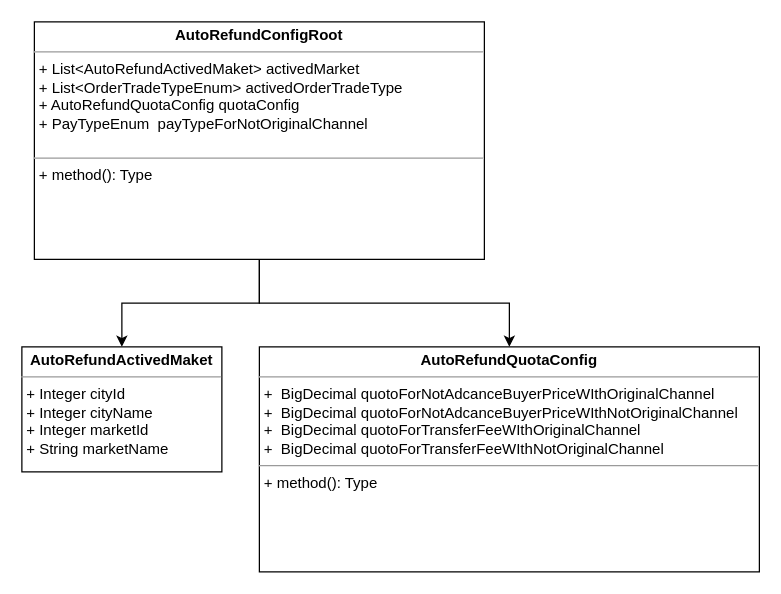
Earlier version of the draw.io diagram 自动配置设计.drawio (specialnote/diagrams). Source tidied: cells renumbered, new cells numbered last; positions are measured from the earlier drawing's top-left corner, leaving out a move shared by most shapes. Both pictures are drawn from the tidied source at 125%, with x=0, y=0 at pixel (21, 21).
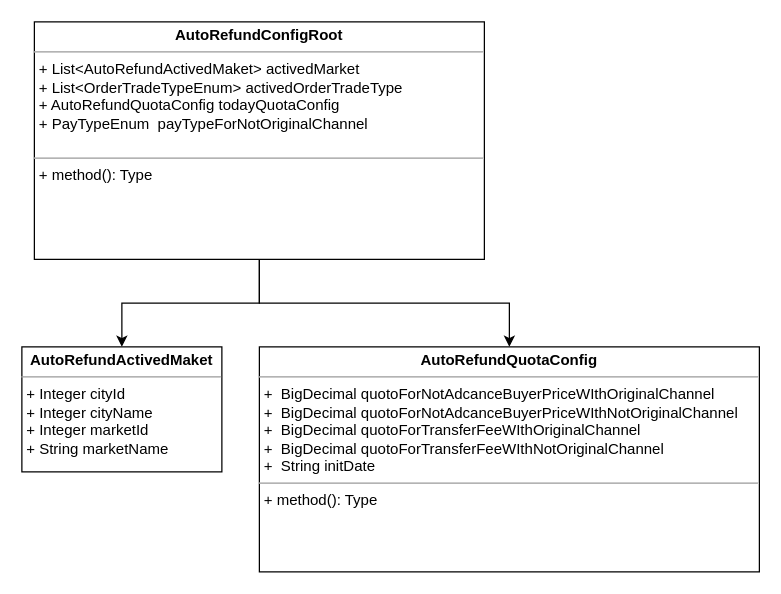
Above is the later version.

Commit message:
Update 自动配置设计.drawio

Change to the diagram source:
```diff
@@
 <mxGraphModel>
   <root>
     <mxCell id="0" />
     <mxCell id="1" parent="0" />
     <mxCell id="2" style="edgeStyle=orthogonalEdgeStyle;rounded=0;jettySize=auto;html=1;" parent="1" edge="1" source="4" target="5">
       <mxGeometry relative="1" as="geometry" />
     </mxCell>
     <mxCell id="3" style="edgeStyle=orthogonalEdgeStyle;rounded=0;jettySize=auto;html=1;" parent="1" edge="1" source="4" target="6">
       <mxGeometry relative="1" as="geometry" />
     </mxCell>
-    <mxCell id="4" value="&lt;p style=&quot;margin:0px;margin-top:4px;text-align:center;&quot;&gt;&lt;b&gt;AutoRefundConfigRoot&lt;/b&gt;&lt;br&gt;&lt;/p&gt;&lt;hr size=&quot;1&quot;&gt;&lt;p style=&quot;margin:0px;margin-left:4px;&quot;&gt;+ List&amp;lt;AutoRefundActivedMaket&amp;gt; activedMarket&lt;br&gt;+ List&amp;lt;OrderTradeTypeEnum&amp;gt; activedOrderTradeType&lt;br&gt;+ AutoRefundQuotaConfig quotaConfig&lt;br&gt;+ PayTypeEnum&amp;nbsp; payTypeForNotOriginalChannel&lt;br&gt;&lt;/p&gt;&lt;p style=&quot;margin:0px;margin-left:4px;&quot;&gt;&lt;b&gt;&lt;br&gt;&lt;/b&gt;&lt;/p&gt;&lt;hr size=&quot;1&quot;&gt;&lt;p style=&quot;margin:0px;margin-left:4px;&quot;&gt;+ method(): Type&lt;/p&gt;" style="verticalAlign=top;align=left;overflow=fill;fontSize=12;fontFamily=Helvetica;html=1;" parent="1" vertex="1">
+    <mxCell id="4" value="&lt;p style=&quot;margin:0px;margin-top:4px;text-align:center;&quot;&gt;&lt;b&gt;AutoRefundConfigRoot&lt;/b&gt;&lt;br&gt;&lt;/p&gt;&lt;hr size=&quot;1&quot;&gt;&lt;p style=&quot;margin:0px;margin-left:4px;&quot;&gt;+ List&amp;lt;AutoRefundActivedMaket&amp;gt; activedMarket&lt;br&gt;+ List&amp;lt;OrderTradeTypeEnum&amp;gt; activedOrderTradeType&lt;br&gt;+ AutoRefundQuotaConfig todayQuotaConfig&lt;br&gt;+ PayTypeEnum&amp;nbsp; payTypeForNotOriginalChannel&lt;br&gt;&lt;/p&gt;&lt;p style=&quot;margin:0px;margin-left:4px;&quot;&gt;&lt;b&gt;&lt;br&gt;&lt;/b&gt;&lt;/p&gt;&lt;hr size=&quot;1&quot;&gt;&lt;p style=&quot;margin:0px;margin-left:4px;&quot;&gt;+ method(): Type&lt;/p&gt;" style="verticalAlign=top;align=left;overflow=fill;fontSize=12;fontFamily=Helvetica;html=1;" parent="1" vertex="1">
       <mxGeometry x="10" width="360" height="190" as="geometry" />
     </mxCell>
     <mxCell id="5" value="&lt;p style=&quot;margin:0px;margin-top:4px;text-align:center;&quot;&gt;&lt;b&gt;AutoRefundActivedMaket&lt;/b&gt;&lt;br&gt;&lt;/p&gt;&lt;hr size=&quot;1&quot;&gt;&lt;p style=&quot;margin:0px;margin-left:4px;&quot;&gt;+ Integer cityId&lt;/p&gt;&lt;p style=&quot;margin:0px;margin-left:4px;&quot;&gt;+ Integer cityName&lt;/p&gt;&lt;p style=&quot;margin:0px;margin-left:4px;&quot;&gt;+ Integer marketId&lt;/p&gt;&lt;p style=&quot;margin:0px;margin-left:4px;&quot;&gt;+ String marketName&lt;/p&gt;&lt;p style=&quot;margin:0px;margin-left:4px;&quot;&gt;&lt;br&gt;&lt;/p&gt;&lt;hr size=&quot;1&quot;&gt;&lt;p style=&quot;margin:0px;margin-left:4px;&quot;&gt;+ method(): Type&lt;/p&gt;" style="verticalAlign=top;align=left;overflow=fill;fontSize=12;fontFamily=Helvetica;html=1;" parent="1" vertex="1">
       <mxGeometry y="260" width="160" height="100" as="geometry" />
     </mxCell>
-    <mxCell id="6" value="&lt;p style=&quot;margin:0px;margin-top:4px;text-align:center;&quot;&gt;&lt;b&gt;AutoRefundQuotaConfig&lt;/b&gt;&lt;/p&gt;&lt;hr size=&quot;1&quot;&gt;&lt;p style=&quot;margin:0px;margin-left:4px;&quot;&gt;+&amp;nbsp; BigDecimal quotoForNotAdcanceBuyerPriceWIthOriginalChannel&lt;/p&gt;&lt;p style=&quot;margin:0px;margin-left:4px;&quot;&gt;+&amp;nbsp; BigDecimal quotoForNotAdcanceBuyerPriceWIthNotOriginalChannel&lt;/p&gt;&lt;p style=&quot;margin:0px;margin-left:4px;&quot;&gt;+&amp;nbsp; BigDecimal quotoForTransferFeeWIthOriginalChannel&lt;/p&gt;&lt;p style=&quot;margin:0px;margin-left:4px;&quot;&gt;+&amp;nbsp; BigDecimal quotoForTransferFeeWIthNotOriginalChannel&lt;/p&gt;&lt;p style=&quot;margin:0px;margin-left:4px;&quot;&gt;&lt;/p&gt;&lt;hr size=&quot;1&quot;&gt;&lt;p style=&quot;margin:0px;margin-left:4px;&quot;&gt;+ method(): Type&lt;/p&gt;" style="verticalAlign=top;align=left;overflow=fill;fontSize=12;fontFamily=Helvetica;html=1;" parent="1" vertex="1">
+    <mxCell id="6" value="&lt;p style=&quot;margin:0px;margin-top:4px;text-align:center;&quot;&gt;&lt;b&gt;AutoRefundQuotaConfig&lt;/b&gt;&lt;/p&gt;&lt;hr size=&quot;1&quot;&gt;&lt;p style=&quot;margin:0px;margin-left:4px;&quot;&gt;+&amp;nbsp; BigDecimal quotoForNotAdcanceBuyerPriceWIthOriginalChannel&lt;/p&gt;&lt;p style=&quot;margin:0px;margin-left:4px;&quot;&gt;+&amp;nbsp; BigDecimal quotoForNotAdcanceBuyerPriceWIthNotOriginalChannel&lt;/p&gt;&lt;p style=&quot;margin:0px;margin-left:4px;&quot;&gt;+&amp;nbsp; BigDecimal quotoForTransferFeeWIthOriginalChannel&lt;/p&gt;&lt;p style=&quot;margin:0px;margin-left:4px;&quot;&gt;+&amp;nbsp; BigDecimal quotoForTransferFeeWIthNotOriginalChannel&lt;/p&gt;&lt;p style=&quot;margin:0px;margin-left:4px;&quot;&gt;+&amp;nbsp; String initDate&lt;br&gt;&lt;/p&gt;&lt;p style=&quot;margin:0px;margin-left:4px;&quot;&gt;&lt;/p&gt;&lt;hr size=&quot;1&quot;&gt;&lt;p style=&quot;margin:0px;margin-left:4px;&quot;&gt;+ method(): Type&lt;/p&gt;" style="verticalAlign=top;align=left;overflow=fill;fontSize=12;fontFamily=Helvetica;html=1;" parent="1" vertex="1">
       <mxGeometry x="190" y="260" width="400" height="180" as="geometry" />
     </mxCell>
   </root>
 </mxGraphModel>
```
